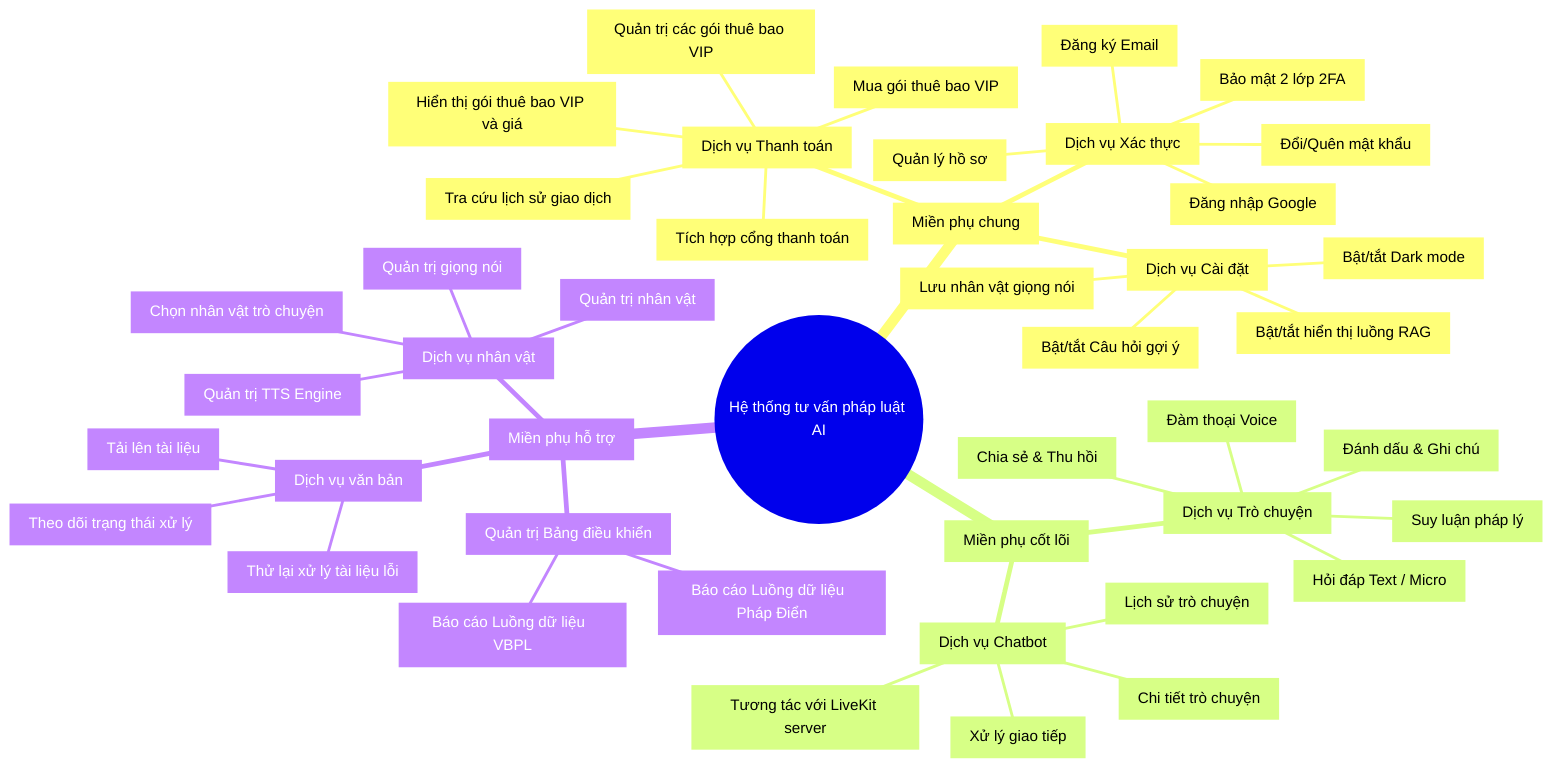
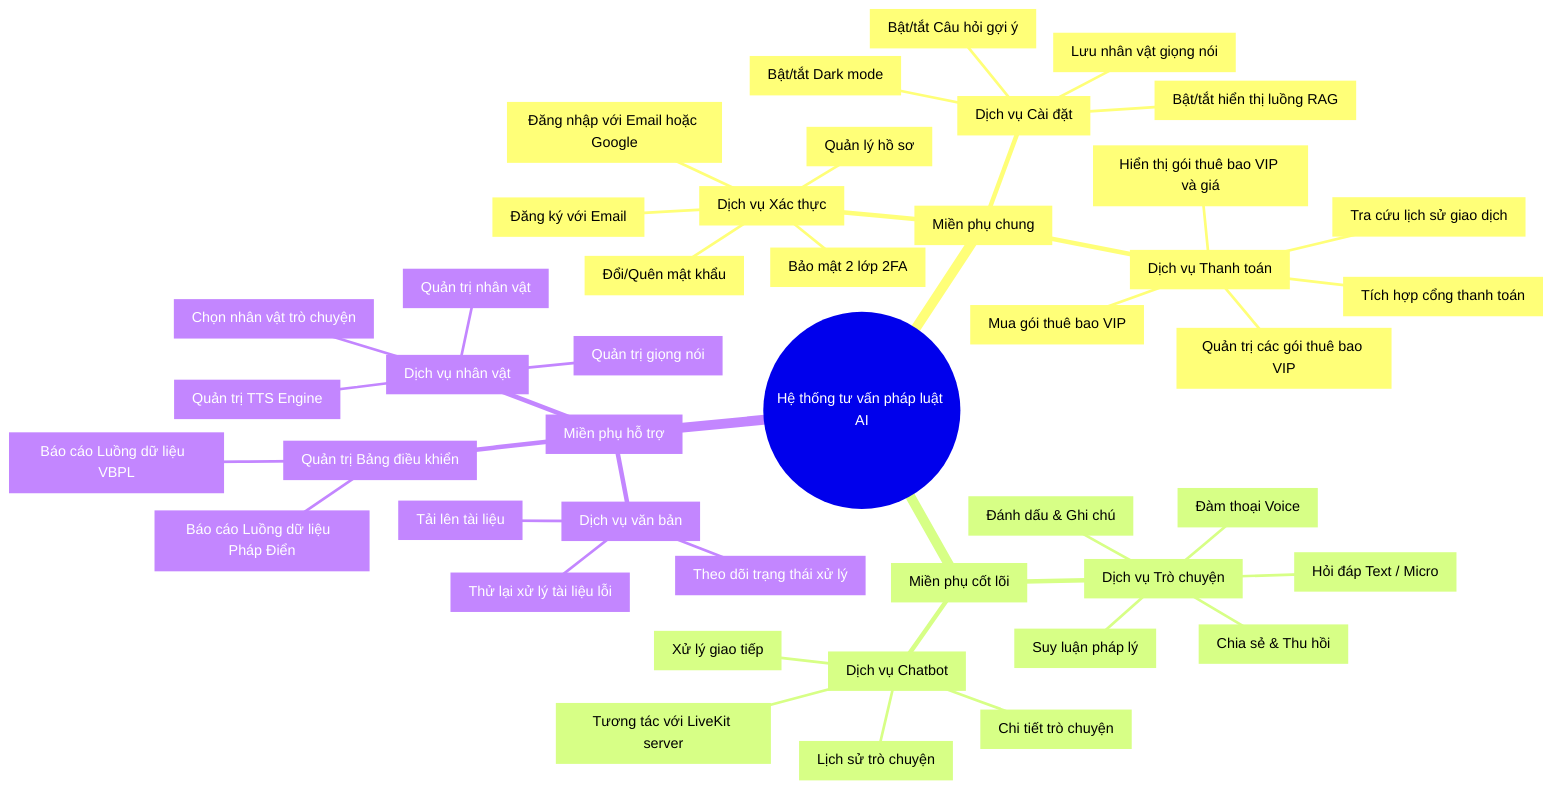
mindmap
  root((Hệ thống tư vấn pháp luật AI))
    Generic["Miền phụ chung"]
      Auth["Dịch vụ Xác thực"]
-         Register["Đăng ký Email"]
-         Login["Đăng nhập Google"]
+         Register["Đăng ký với Email"]
+         Login["Đăng nhập với Email hoặc Google"]
        MFA["Bảo mật 2 lớp 2FA"]
        Profile["Quản lý hồ sơ"]
        Password["Đổi/Quên mật khẩu"]
      Settings["Dịch vụ Cài đặt"]
        Voice_Save["Lưu nhân vật giọng nói"]
        DarkMode["Bật/tắt Dark mode"]
        Suggest["Bật/tắt Câu hỏi gợi ý"]
        RAG_View["Bật/tắt hiển thị luồng RAG"]
      Payment["Dịch vụ Thanh toán"]
        View_Price["Hiển thị gói thuê bao VIP và giá"]
        Purchase_VIP["Mua gói thuê bao VIP"]
        Txn_History["Tra cứu lịch sử giao dịch"]
        Manage_Plans["Quản trị các gói thuê bao VIP"]
        Payment_Gateway["Tích hợp cổng thanh toán"]
    Core["Miền phụ cốt lõi"]
      Conversation["Dịch vụ Trò chuyện"]
        Chat["Hỏi đáp Text / Micro"]
        Bookmark["Đánh dấu & Ghi chú"]
        Share["Chia sẻ & Thu hồi"]
        Reasoning["Suy luận pháp lý"]
        VoiceChat["Đàm thoại Voice"]
      Chatbot["Dịch vụ Chatbot"]
        Chatbot_Comm["Xử lý giao tiếp"]
        Chatbot_Hist["Lịch sử trò chuyện"]
        Chatbot_Detail["Chi tiết trò chuyện"]
        LiveKit["Tương tác với LiveKit server"]
    Supporting["Miền phụ hỗ trợ"]
      Document["Dịch vụ văn bản"]
        Upload_Doc["Tải lên tài liệu"]
        Doc_Status["Theo dõi trạng thái xử lý"]
        Retry_Doc["Thử lại xử lý tài liệu lỗi"]
      Persona["Dịch vụ nhân vật"]
        Select["Chọn nhân vật trò chuyện"]
        Manage_Persona["Quản trị nhân vật"]
        Manage_TTS_Engine["Quản trị TTS Engine"]
        Manage_Voice["Quản trị giọng nói"]
      Dashboard["Quản trị Bảng điều khiển"]
        VBPL_Pipeline["Báo cáo Luồng dữ liệu  VBPL"]
        PhapDien_Pipeline["Báo cáo Luồng dữ liệu  Pháp Điển"]
